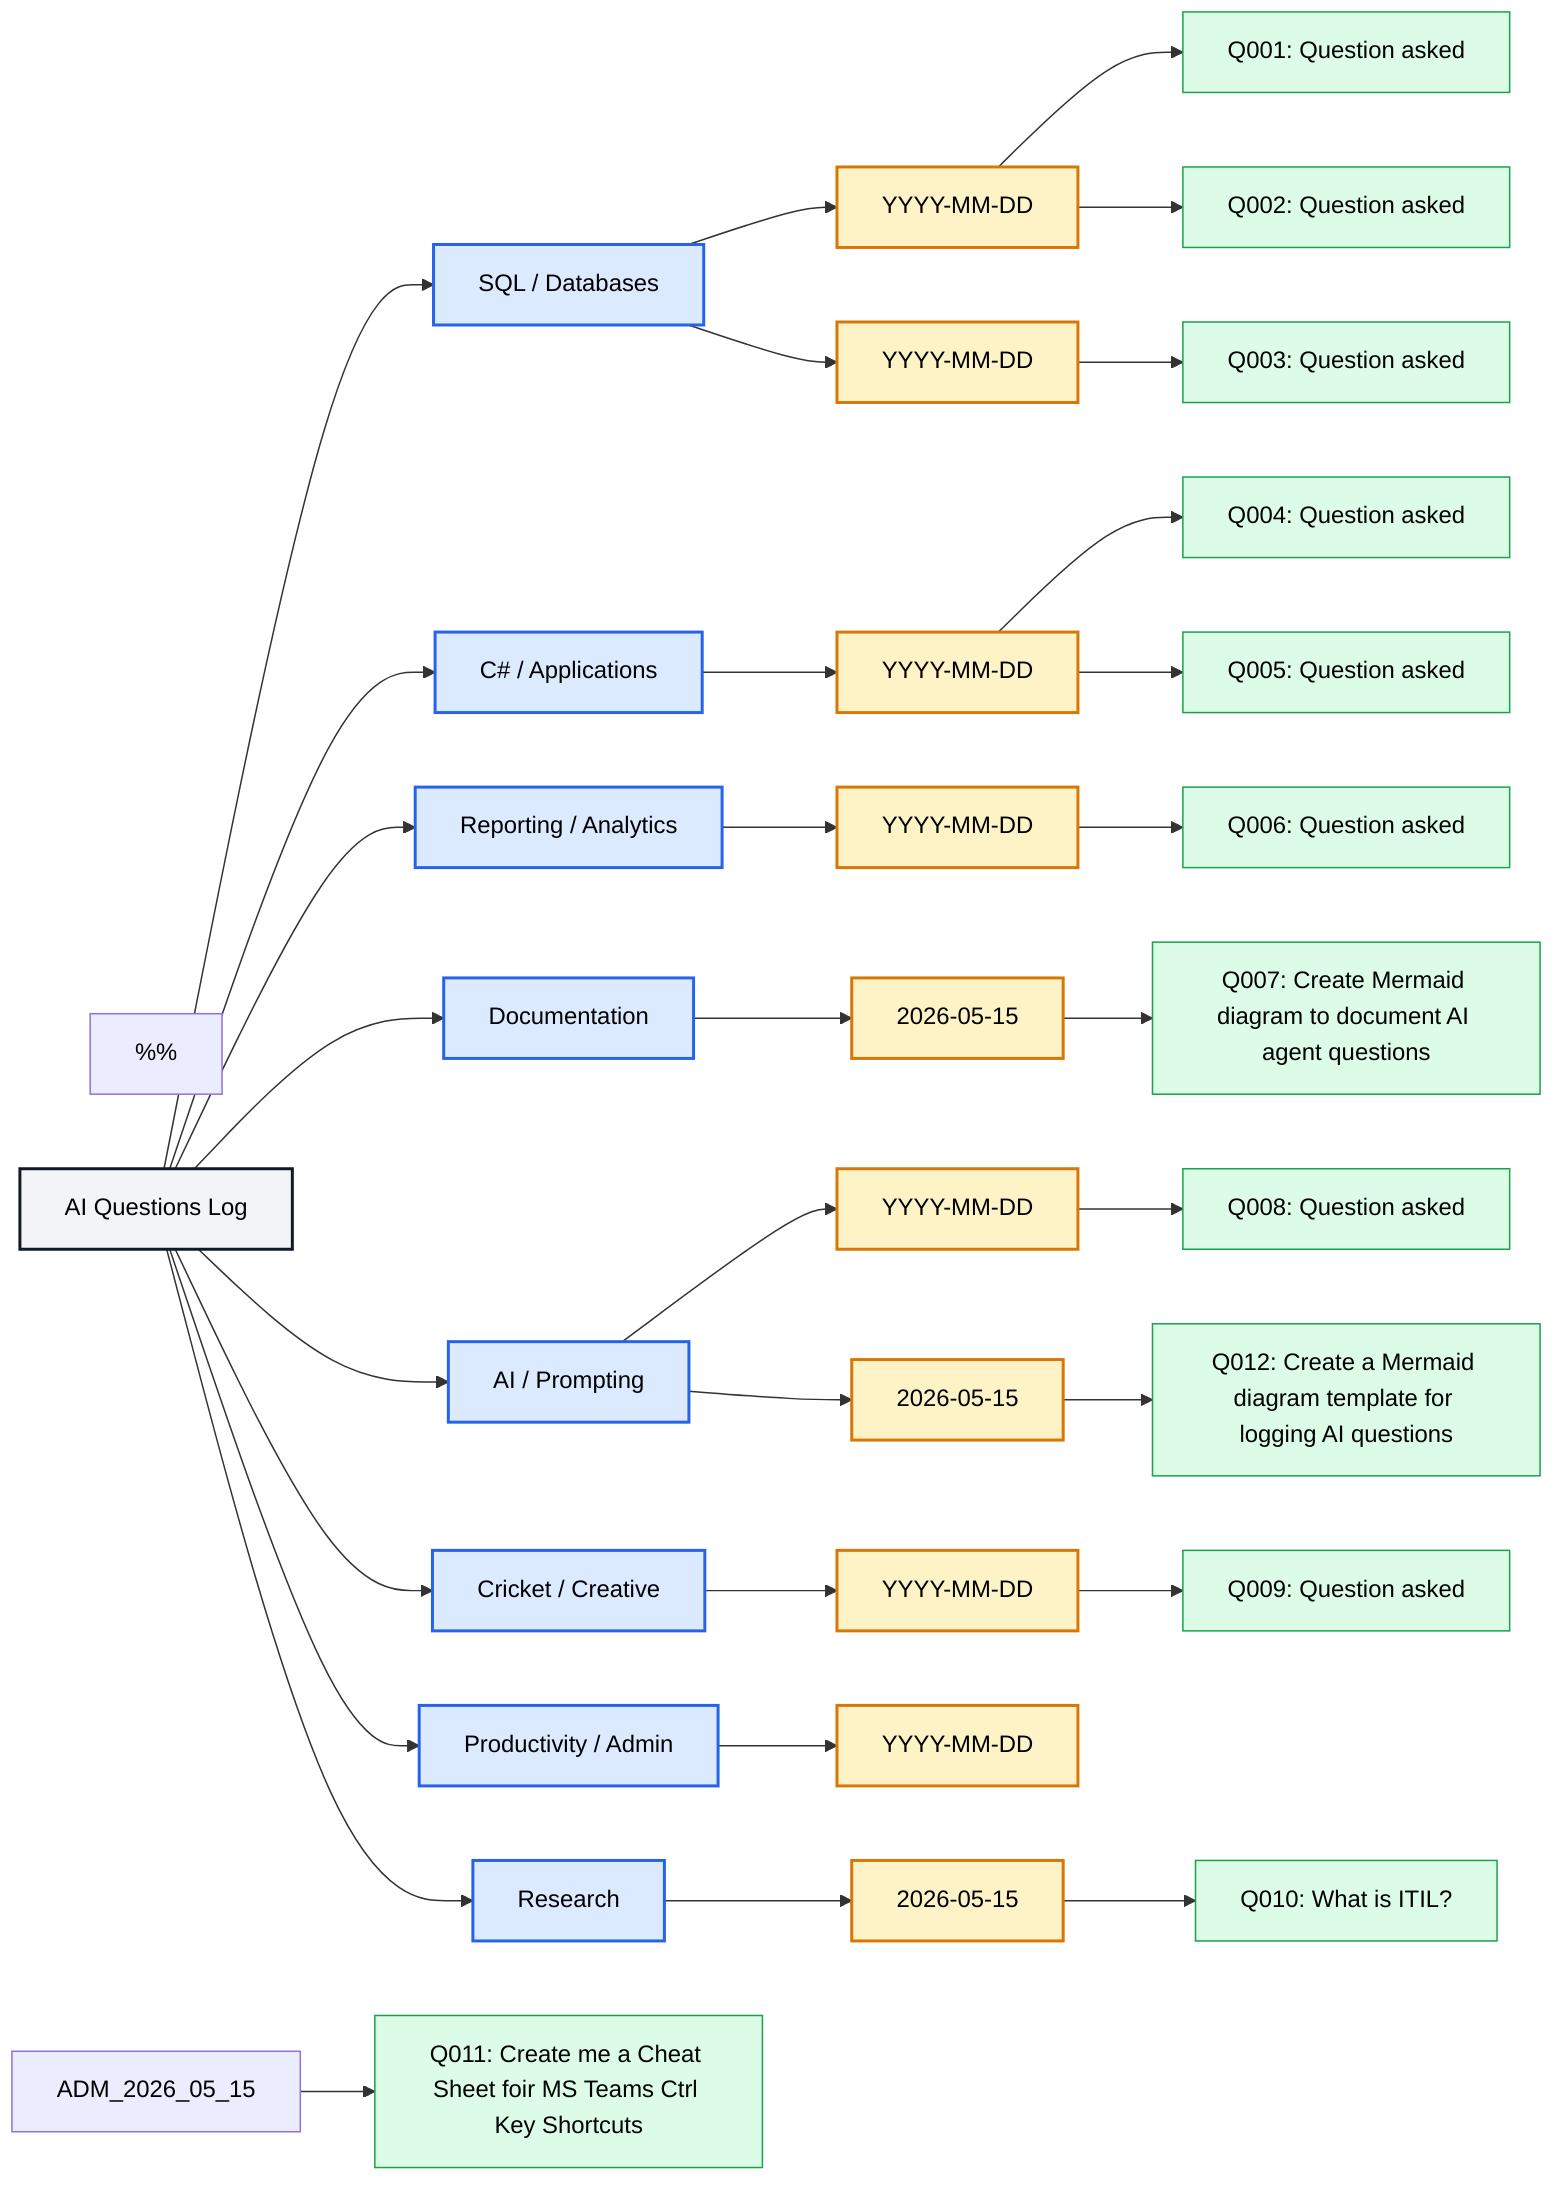
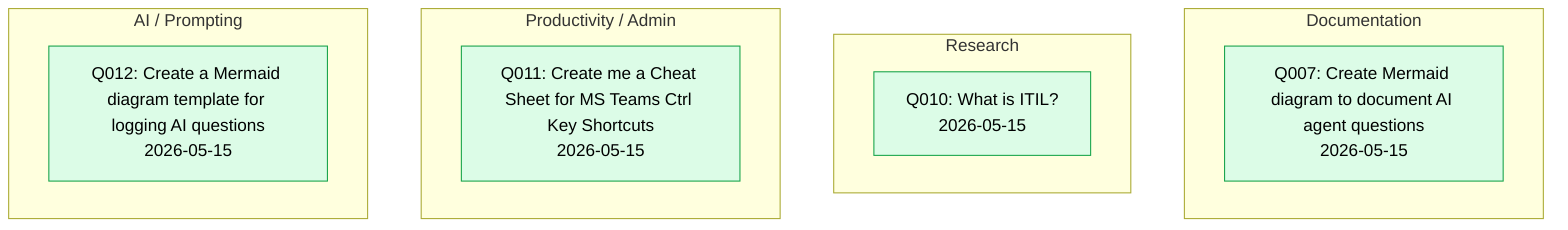
- flowchart LR
+ flowchart TB

    %% ============================================================
    %% AI Questions Log
+     %% Structure:
+     %% Topic groups contain question cards.
+     %% Date is included inside each question label if needed.
    %% ============================================================
-     %% Purpose:
-     %% Visually record questions asked to AI assistants.
-     %%
-     %% Structure:
-     %% Topic → Date → Questions
-     %%
-     %% How to use:
-     %% 1. Add new topics under "Main Topics"
-     %% 2. Add dates under the relevant topic
-     %% 3. Add questions under the relevant date
-     %% 4. Keep Q numbers unique across the whole diagram
-     %% ============================================================
- 
-     %% ============================================================
-     %% Root
-     %% ============================================================
- 
-     Log[AI Questions Log]
-     %% Main Topics
-     %% ============================================================
- 
-     Log --> SQL[SQL / Databases]
-     Log --> CSharp[C# / Applications]
-     Log --> Reporting[Reporting / Analytics]
-     Log --> Docs[Documentation]
-     Log --> Prompting[AI / Prompting]
-     Log --> Creative[Cricket / Creative]
-     Log --> Research[Research]
-     Log --> Admin[Productivity / Admin]
- 
-     %% ============================================================
-     %% SQL / Databases
-     %% ============================================================
- 
-     SQL --> SQL_YYYY_MM_DD[YYYY-MM-DD]
-     SQL_YYYY_MM_DD --> SQL_Q001["Q001: Question asked"]
-     SQL_YYYY_MM_DD --> SQL_Q002["Q002: Question asked"]
- 
-     SQL --> SQL_YYYY_MM_DD_2[YYYY-MM-DD]
-     SQL_YYYY_MM_DD_2 --> SQL_Q003["Q003: Question asked"]
- 
-     %% ============================================================
-     %% C# / Applications
-     %% ============================================================
- 
-     CSharp --> CS_YYYY_MM_DD[YYYY-MM-DD]
-     CS_YYYY_MM_DD --> CS_Q004["Q004: Question asked"]
-     CS_YYYY_MM_DD --> CS_Q005["Q005: Question asked"]
- 
-     %% ============================================================
-     %% Reporting / Analytics
-     %% ============================================================
- 
-     Reporting --> REP_YYYY_MM_DD[YYYY-MM-DD]
-     REP_YYYY_MM_DD --> REP_Q006["Q006: Question asked"]

    %% ============================================================
    %% Documentation
    %% ============================================================

-     Docs --> DOC_2026_05_15[2026-05-15]
-     DOC_2026_05_15 --> DOC_Q007["Q007: Create Mermaid diagram to document AI agent questions"]
+     subgraph Docs["Documentation"]
+         DOC_Q007["Q007: Create Mermaid diagram to document AI agent questions<br/>2026-05-15"]
+     end
+ 
+     %% ============================================================
+     %% Research
+     %% ============================================================
+ 
+     subgraph Research["Research"]
+         RES_Q010["Q010: What is ITIL?<br/>2026-05-15"]
+     end
+ 
+     %% ============================================================
+     %% Productivity / Admin
+     %% ============================================================
+ 
+     subgraph Admin["Productivity / Admin"]
+         ADM_Q011["Q011: Create me a Cheat Sheet for MS Teams Ctrl Key Shortcuts<br/>2026-05-15"]
+     end

    %% ============================================================
    %% AI / Prompting
    %% ============================================================

-     Prompting --> AI_YYYY_MM_DD[YYYY-MM-DD]
-     AI_YYYY_MM_DD --> AI_Q008["Q008: Question asked"]
- 
-     %% ============================================================
-     %% Cricket / Creative
-     %% ============================================================
- 
-     Creative --> CRE_YYYY_MM_DD[YYYY-MM-DD]
-     CRE_YYYY_MM_DD --> CRE_Q009["Q009: Question asked"]
- 
-     %% ============================================================
-     %% Research
-     %% ============================================================
- 
-     Research --> RES_2026_05_15[2026-05-15]
-     RES_2026_05_15 --> RES_Q010["Q010: What is ITIL?"]
- 
-     %% ============================================================
-     %% Productivity / Admin
-     %% ============================================================
- 
-     Admin --> ADM_YYYY_MM_DD[YYYY-MM-DD]
-     ADM_2026_05_15 --> ADM_Q011["Q011: Create me a Cheat Sheet foir MS Teams Ctrl Key Shortcuts"]
- 
-     %% ============================================================
-     %% Current Example Entry
-     %% You can delete this section if you want the template fully blank
-     %% ============================================================
- 
-     Prompting --> AI_2026_05_15[2026-05-15]
-     AI_2026_05_15 --> AI_Q012["Q012: Create a Mermaid diagram template for logging AI questions"]
+     subgraph Prompting["AI / Prompting"]
+         AI_Q012["Q012: Create a Mermaid diagram template for logging AI questions<br/>2026-05-15"]
+     end

    %% ============================================================
    %% Styling
    %% ============================================================

-     classDef root fill:#f3f4f6,stroke:#111827,stroke-width:2px,color:#000;
-     classDef topic fill:#dbeafe,stroke:#2563eb,stroke-width:2px,color:#000;
-     classDef date fill:#fef3c7,stroke:#d97706,stroke-width:2px,color:#000;
    classDef question fill:#dcfce7,stroke:#16a34a,stroke-width:1px,color:#000;

-     %% ============================================================
-     %% Apply Styling
-     %% ============================================================
- 
-     class Log root;
- 
-     class SQL,CSharp,Reporting,Docs,Prompting,Creative,Research,Admin topic;
- 
-     class SQL_YYYY_MM_DD,SQL_YYYY_MM_DD_2,CS_YYYY_MM_DD,REP_YYYY_MM_DD,DOC_2026_05_15,AI_YYYY_MM_DD,CRE_YYYY_MM_DD,RES_2026_05_15,ADM_YYYY_MM_DD,AI_2026_05_15 date;
- 
-     class SQL_Q001,SQL_Q002,SQL_Q003,CS_Q004,CS_Q005,REP_Q006,DOC_Q007,AI_Q008,CRE_Q009,RES_Q010,ADM_Q011,AI_Q012 question;
+     class DOC_Q007,RES_Q010,ADM_Q011,AI_Q012 question;
